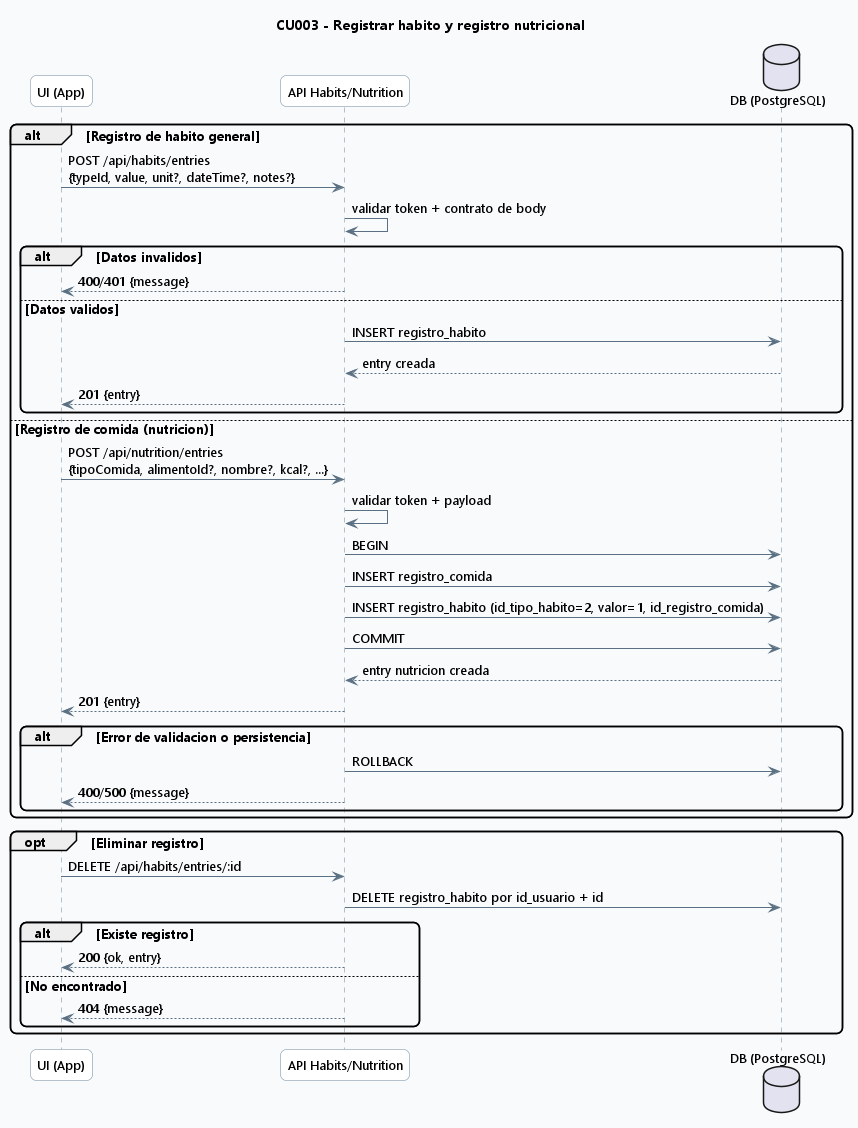
The PlantUML diagram out/docs/diagrams/cap4/04_seq_cu003_registro_habito/04_seq_cu003_registro_habito.png in TPerez13/TFG, before a commit.
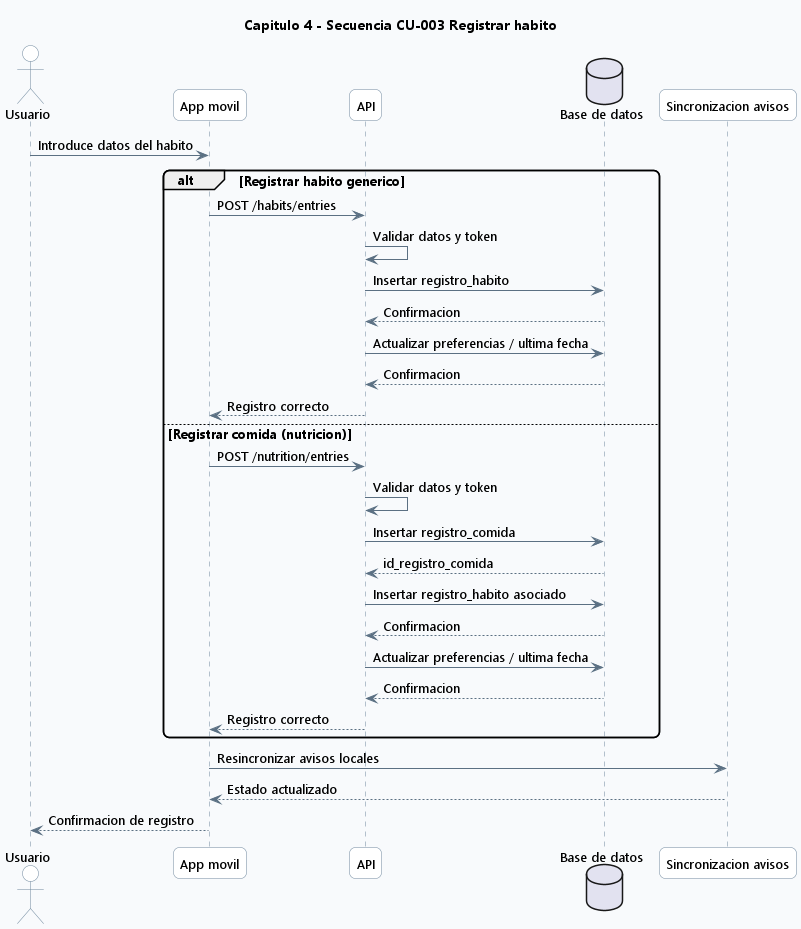
The same diagram one commit later.

The edit, as a diff of the source:
```diff
@@ -7,56 +7,47 @@
 skinparam defaultFontSize 13
 skinparam ArrowColor #5B7083
 skinparam ArrowThickness 1
-skinparam sequence {
-  LifeLineBorderColor #6E879D
-  LifeLineBackgroundColor #FFFFFF
-  ParticipantBorderColor #6E879D
-  ParticipantBackgroundColor #FFFFFF
-}
+skinparam sequenceLifeLineBorderColor #6E879D
+skinparam sequenceLifeLineBackgroundColor #FFFFFF
+skinparam participantBorderColor #6E879D
+skinparam participantBackgroundColor #FFFFFF
+skinparam actorBorderColor #6E879D
+skinparam actorBackgroundColor #FFFFFF
 skinparam noteBackgroundColor #FFF9E6
 skinparam noteBorderColor #D7C58A
 
-title CU003 - Registrar habito y registro nutricional
+title Capitulo 4 - Secuencia CU-003 Registrar habito
 
-participant "UI (App)" as UI
-participant "API Habits/Nutrition" as API
-database "DB (PostgreSQL)" as DB
+actor Usuario
+participant "App movil" as App
+participant "API" as API
+database "Base de datos" as DB
+participant "Sincronizacion avisos" as Avisos
 
-alt Registro de habito general
-  UI -> API: POST /api/habits/entries\n{typeId, value, unit?, dateTime?, notes?}
-  API -> API: validar token + contrato de body
-  alt Datos invalidos
-    API --> UI: 400/401 {message}
-  else Datos validos
-    API -> DB: INSERT registro_habito
-    DB --> API: entry creada
-    API --> UI: 201 {entry}
-  end
+Usuario -> App : Introduce datos del habito
 
-else Registro de comida (nutricion)
-  UI -> API: POST /api/nutrition/entries\n{tipoComida, alimentoId?, nombre?, kcal?, ...}
-  API -> API: validar token + payload
-  API -> DB: BEGIN
-  API -> DB: INSERT registro_comida
-  API -> DB: INSERT registro_habito (id_tipo_habito=2, valor=1, id_registro_comida)
-  API -> DB: COMMIT
-  DB --> API: entry nutricion creada
-  API --> UI: 201 {entry}
-
-  alt Error de validacion o persistencia
-    API -> DB: ROLLBACK
-    API --> UI: 400/500 {message}
-  end
+alt Registrar habito generico
+    App -> API : POST /habits/entries
+    API -> API : Validar datos y token
+    API -> DB : Insertar registro_habito
+    DB --> API : Confirmacion
+    API -> DB : Actualizar preferencias / ultima fecha
+    DB --> API : Confirmacion
+    API --> App : Registro correcto
+else Registrar comida (nutricion)
+    App -> API : POST /nutrition/entries
+    API -> API : Validar datos y token
+    API -> DB : Insertar registro_comida
+    DB --> API : id_registro_comida
+    API -> DB : Insertar registro_habito asociado
+    DB --> API : Confirmacion
+    API -> DB : Actualizar preferencias / ultima fecha
+    DB --> API : Confirmacion
+    API --> App : Registro correcto
 end
 
-opt Eliminar registro
-  UI -> API: DELETE /api/habits/entries/:id
-  API -> DB: DELETE registro_habito por id_usuario + id
-  alt Existe registro
-    API --> UI: 200 {ok, entry}
-  else No encontrado
-    API --> UI: 404 {message}
-  end
-end
+App -> Avisos : Resincronizar avisos locales
+Avisos --> App : Estado actualizado
+App --> Usuario : Confirmacion de registro
 
 @enduml
```
